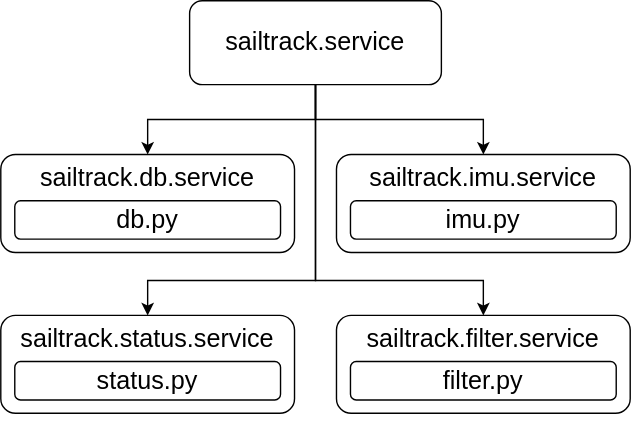
Earlier version of the draw.io export SailTrack Core/software-diagram.svg (metisvela/sailtrack). Source tidied: cells renumbered, new cells last; positions are measured from the earlier drawing's top-left corner, leaving out a move shared by most shapes.
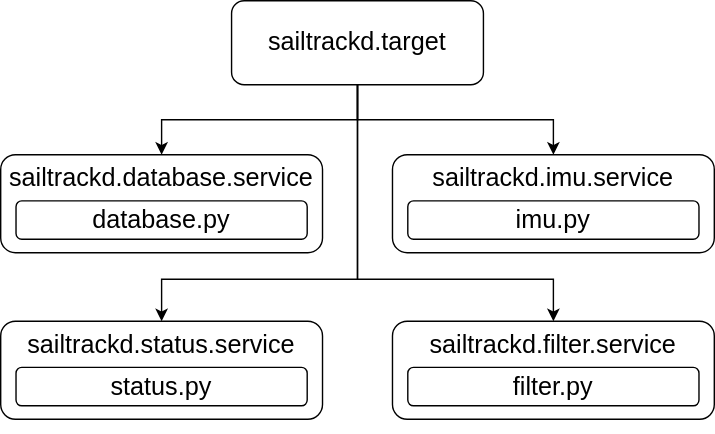
The same diagram one commit later.

Diff of the diagram source:
```diff
@@ -2,66 +2,66 @@
   <root>
     <mxCell id="0" />
     <mxCell id="1" parent="0" />
-    <mxCell id="2" style="edgeStyle=orthogonalEdgeStyle;rounded=0;jettySize=auto;html=1;" parent="1" edge="1" source="6" target="8">
+    <mxCell id="2" style="edgeStyle=orthogonalEdgeStyle;rounded=0;jettySize=auto;html=1;exitX=0.5;exitY=1;exitDx=0;exitDy=0;entryX=0.5;entryY=0;entryDx=0;entryDy=0;" parent="1" edge="1" source="6" target="8">
       <mxGeometry relative="1" as="geometry" />
     </mxCell>
-    <mxCell id="3" style="edgeStyle=orthogonalEdgeStyle;rounded=0;jettySize=auto;html=1;exitX=0.5;exitY=1;exitDx=0;exitDy=0;entryX=0.5;entryY=0;entryDx=0;entryDy=0;fontSize=18;" parent="1" edge="1" source="6" target="11">
-      <mxGeometry relative="1" as="geometry" />
-    </mxCell>
-    <mxCell id="4" style="edgeStyle=orthogonalEdgeStyle;rounded=0;jettySize=auto;html=1;exitX=0.5;exitY=1;exitDx=0;exitDy=0;entryX=0.5;entryY=0;entryDx=0;entryDy=0;fontSize=18;" parent="1" edge="1" source="6" target="14">
-      <mxGeometry relative="1" as="geometry">
-        <Array as="points">
-          <mxPoint x="225" y="200" />
-          <mxPoint x="105" y="200" />
-        </Array>
-      </mxGeometry>
-    </mxCell>
-    <mxCell id="5" style="edgeStyle=orthogonalEdgeStyle;rounded=0;jettySize=auto;html=1;exitX=0.5;exitY=1;exitDx=0;exitDy=0;entryX=0.5;entryY=0;entryDx=0;entryDy=0;fontSize=18;" parent="1" edge="1" source="6" target="17">
-      <mxGeometry relative="1" as="geometry">
-        <Array as="points">
-          <mxPoint x="225" y="200" />
-          <mxPoint x="345" y="200" />
-        </Array>
-      </mxGeometry>
-    </mxCell>
+    <mxCell id="19" style="edgeStyle=orthogonalEdgeStyle;rounded=0;jettySize=auto;html=1;exitX=0.5;exitY=1;exitDx=0;exitDy=0;entryX=0.5;entryY=0;entryDx=0;entryDy=0;" parent="1" edge="1" source="6" target="23">
+      <mxGeometry relative="1" as="geometry" />
+    </mxCell>
+    <mxCell id="20" style="edgeStyle=orthogonalEdgeStyle;rounded=0;jettySize=auto;html=1;exitX=0.5;exitY=1;exitDx=0;exitDy=0;entryX=0.5;entryY=0;entryDx=0;entryDy=0;" parent="1" edge="1" source="6" target="25">
+      <mxGeometry relative="1" as="geometry">
+        <Array as="points">
+          <mxPoint x="225" y="197" />
+          <mxPoint x="85" y="197" />
+        </Array>
+      </mxGeometry>
+    </mxCell>
+    <mxCell id="21" style="edgeStyle=orthogonalEdgeStyle;rounded=0;jettySize=auto;html=1;exitX=0.5;exitY=1;exitDx=0;exitDy=0;entryX=0.5;entryY=0;entryDx=0;entryDy=0;" parent="1" edge="1" source="6" target="27">
+      <mxGeometry relative="1" as="geometry">
+        <Array as="points">
+          <mxPoint x="225" y="197" />
+          <mxPoint x="365" y="197" />
+        </Array>
+      </mxGeometry>
+    </mxCell>
-    <mxCell id="6" value="&lt;font style=&quot;font-size: 18px&quot;&gt;sailtrack.service&lt;/font&gt;" style="rounded=1;whiteSpace=wrap;html=1;" parent="1" vertex="1">
-      <mxGeometry x="135" width="180" height="60" as="geometry" />
+    <mxCell id="6" value="&lt;font style=&quot;font-size: 18px&quot;&gt;sailtrackd.target&lt;/font&gt;" style="rounded=1;whiteSpace=wrap;html=1;" parent="1" vertex="1">
+      <mxGeometry x="135" y="-2" width="180" height="60" as="geometry" />
     </mxCell>
     <mxCell id="7" style="group;fontSize=16;" parent="1" vertex="1">
-      <mxGeometry y="110" width="210" height="80" as="geometry" />
+      <mxGeometry x="-30" y="108" width="230" height="80" as="geometry" />
     </mxCell>
-    <mxCell id="8" value="&lt;font style=&quot;font-size: 18px&quot;&gt;sailtrack.db.service&lt;/font&gt;" style="rounded=1;whiteSpace=wrap;html=1;verticalAlign=top;" parent="7" vertex="1">
-      <mxGeometry width="210" height="70" as="geometry" />
+    <mxCell id="8" value="&lt;font style=&quot;font-size: 18px&quot;&gt;sailtrackd.database.service&lt;/font&gt;" style="rounded=1;whiteSpace=wrap;html=1;verticalAlign=top;" parent="7" vertex="1">
+      <mxGeometry width="230" height="70" as="geometry" />
     </mxCell>
-    <mxCell id="9" value="db.py" style="rounded=1;whiteSpace=wrap;html=1;fontSize=18;verticalAlign=middle;" parent="7" vertex="1">
-      <mxGeometry x="10" y="33" width="190" height="27.4" as="geometry" />
+    <mxCell id="9" value="database.py" style="rounded=1;whiteSpace=wrap;html=1;fontSize=18;verticalAlign=middle;" parent="7" vertex="1">
+      <mxGeometry x="11" y="33" width="208.1" height="27.4" as="geometry" />
     </mxCell>
-    <mxCell id="10" style="group;fontSize=16;" parent="1" vertex="1">
-      <mxGeometry x="240" y="110" width="210" height="80" as="geometry" />
-    </mxCell>
-    <mxCell id="11" value="&lt;font style=&quot;font-size: 18px&quot;&gt;sailtrack.imu.service&lt;/font&gt;" style="rounded=1;whiteSpace=wrap;html=1;verticalAlign=top;" parent="10" vertex="1">
-      <mxGeometry width="210" height="70" as="geometry" />
-    </mxCell>
+    <mxCell id="22" style="group;fontSize=16;" parent="1" vertex="1">
+      <mxGeometry x="250" y="108" width="230" height="80" as="geometry" />
+    </mxCell>
+    <mxCell id="23" value="&lt;font style=&quot;font-size: 18px&quot;&gt;sailtrackd.imu.service&lt;/font&gt;" style="rounded=1;whiteSpace=wrap;html=1;verticalAlign=top;" parent="22" vertex="1">
+      <mxGeometry width="230" height="70" as="geometry" />
+    </mxCell>
-    <mxCell id="12" value="imu.py" style="rounded=1;whiteSpace=wrap;html=1;fontSize=18;verticalAlign=middle;" parent="10" vertex="1">
-      <mxGeometry x="10" y="33" width="190" height="27.4" as="geometry" />
+    <mxCell id="12" value="imu.py" style="rounded=1;whiteSpace=wrap;html=1;fontSize=18;verticalAlign=middle;" parent="22" vertex="1">
+      <mxGeometry x="11" y="33" width="208.1" height="27.4" as="geometry" />
     </mxCell>
-    <mxCell id="13" style="group;fontSize=16;" parent="1" vertex="1">
-      <mxGeometry y="225" width="210" height="80" as="geometry" />
-    </mxCell>
-    <mxCell id="14" value="&lt;font style=&quot;font-size: 18px&quot;&gt;sailtrack.status.service&lt;/font&gt;" style="rounded=1;whiteSpace=wrap;html=1;verticalAlign=top;" parent="13" vertex="1">
-      <mxGeometry width="210" height="70" as="geometry" />
-    </mxCell>
+    <mxCell id="24" style="group;fontSize=16;" parent="1" vertex="1">
+      <mxGeometry x="-30" y="227" width="230" height="80" as="geometry" />
+    </mxCell>
+    <mxCell id="25" value="&lt;font style=&quot;font-size: 18px&quot;&gt;sailtrackd.status.service&lt;/font&gt;" style="rounded=1;whiteSpace=wrap;html=1;verticalAlign=top;" parent="24" vertex="1">
+      <mxGeometry width="230" height="70" as="geometry" />
+    </mxCell>
-    <mxCell id="15" value="status.py" style="rounded=1;whiteSpace=wrap;html=1;fontSize=18;verticalAlign=middle;" parent="13" vertex="1">
-      <mxGeometry x="10" y="33" width="190" height="27.4" as="geometry" />
+    <mxCell id="15" value="status.py" style="rounded=1;whiteSpace=wrap;html=1;fontSize=18;verticalAlign=middle;" parent="24" vertex="1">
+      <mxGeometry x="11" y="33" width="208.1" height="27.4" as="geometry" />
     </mxCell>
-    <mxCell id="16" style="group;fontSize=16;" parent="1" vertex="1">
-      <mxGeometry x="240" y="225" width="210" height="80" as="geometry" />
-    </mxCell>
-    <mxCell id="17" value="&lt;font style=&quot;font-size: 18px&quot;&gt;sailtrack.filter.service&lt;/font&gt;" style="rounded=1;whiteSpace=wrap;html=1;verticalAlign=top;" parent="16" vertex="1">
-      <mxGeometry width="210" height="70" as="geometry" />
-    </mxCell>
+    <mxCell id="26" style="group;fontSize=16;" parent="1" vertex="1">
+      <mxGeometry x="250" y="227" width="230" height="80" as="geometry" />
+    </mxCell>
+    <mxCell id="27" value="&lt;font style=&quot;font-size: 18px&quot;&gt;sailtrackd.filter.service&lt;/font&gt;" style="rounded=1;whiteSpace=wrap;html=1;verticalAlign=top;" parent="26" vertex="1">
+      <mxGeometry width="230" height="70" as="geometry" />
+    </mxCell>
-    <mxCell id="18" value="filter.py" style="rounded=1;whiteSpace=wrap;html=1;fontSize=18;verticalAlign=middle;" parent="16" vertex="1">
-      <mxGeometry x="10" y="33" width="190" height="27.4" as="geometry" />
+    <mxCell id="18" value="filter.py" style="rounded=1;whiteSpace=wrap;html=1;fontSize=18;verticalAlign=middle;" parent="26" vertex="1">
+      <mxGeometry x="11" y="33" width="208.1" height="27.4" as="geometry" />
     </mxCell>
   </root>
 </mxGraphModel>
```
